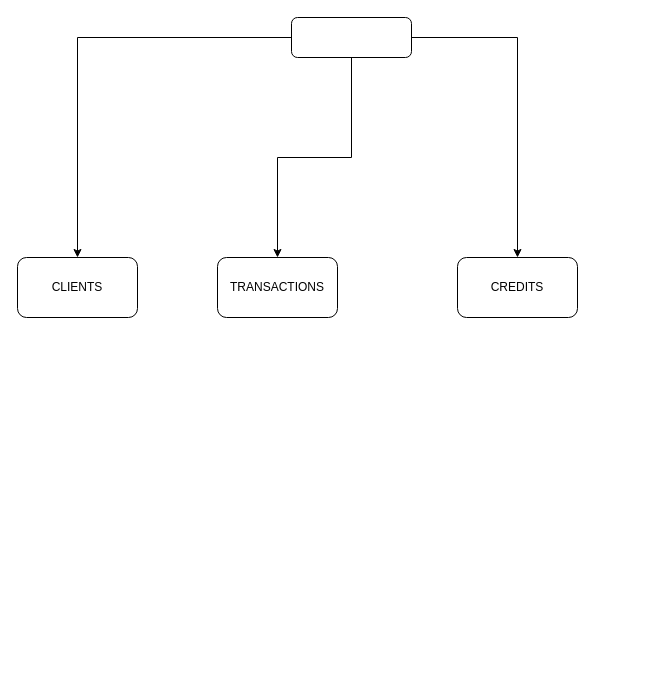
Before: page "Diagrama Arq." (4 of 4) of BanSis.drawio in rDelgC/BanSis, a draw.io diagram. Source tidied: cells renumbered, new cells numbered last; positions are measured from the earlier drawing's top-left corner, leaving out a move shared by most shapes. Both pictures are drawn from the tidied source at 100%, with x=0, y=0 at pixel (17, 17).
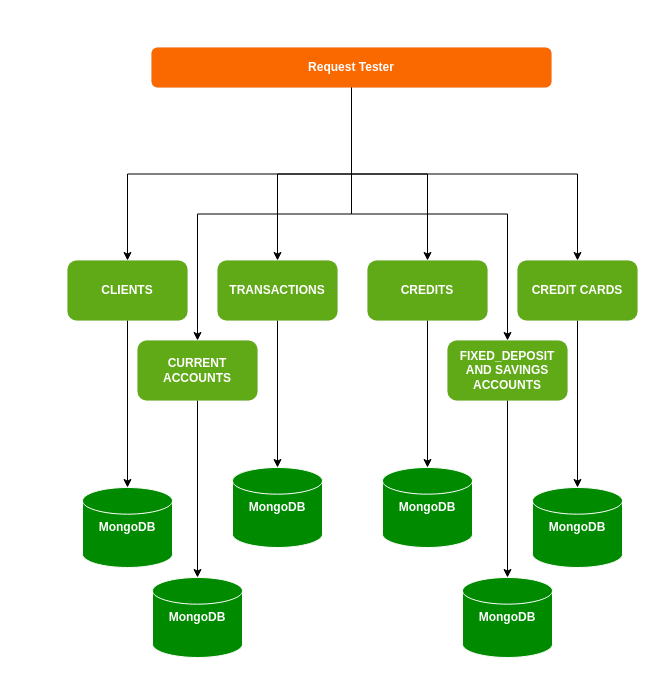
The same page after the edit.

Commit message:
Diagrama ter

What changed in the source:
```diff
@@
+    <mxCell id="9" style="edgeStyle=orthogonalEdgeStyle;rounded=0;jettySize=auto;html=1;" parent="1" edge="1" source="5" target="16">
+      <mxGeometry relative="1" as="geometry" />
+    </mxCell>
+    <mxCell id="10" style="edgeStyle=orthogonalEdgeStyle;rounded=0;jettySize=auto;html=1;" parent="1" edge="1" source="5" target="18">
+      <mxGeometry relative="1" as="geometry" />
+    </mxCell>
+    <mxCell id="11" style="edgeStyle=orthogonalEdgeStyle;rounded=0;jettySize=auto;html=1;" parent="1" edge="1" source="5" target="20">
+      <mxGeometry relative="1" as="geometry" />
+    </mxCell>
-    <mxCell id="5" style="rounded=1;whiteSpace=wrap;html=1;" parent="1" vertex="1">
-      <mxGeometry x="274" width="120" height="40" as="geometry" />
+    <mxCell id="5" value="Request Tester" style="rounded=1;whiteSpace=wrap;html=1;fillColor=#fa6800;strokeColor=#C73500;strokeWidth=0;fontColor=#FFFFFF;fontStyle=1;" parent="1" vertex="1">
+      <mxGeometry x="134" y="30" width="400" height="40" as="geometry" />
     </mxCell>
+    <mxCell id="12" style="edgeStyle=orthogonalEdgeStyle;rounded=0;jettySize=auto;html=1;fontColor=#FFFFFF;" parent="1" edge="1" source="6" target="26">
+      <mxGeometry relative="1" as="geometry" />
+    </mxCell>
-    <mxCell id="6" value="CLIENTS" style="whiteSpace=wrap;html=1;rounded=1;" parent="1" vertex="1">
-      <mxGeometry y="240" width="120" height="60" as="geometry" />
+    <mxCell id="6" value="CLIENTS" style="whiteSpace=wrap;html=1;rounded=1;fillColor=#60a917;fontColor=#ffffff;strokeColor=#2D7600;strokeWidth=0;fontStyle=1;" parent="1" vertex="1">
+      <mxGeometry x="50" y="243" width="120" height="60" as="geometry" />
     </mxCell>
+    <mxCell id="13" style="edgeStyle=orthogonalEdgeStyle;rounded=0;jettySize=auto;html=1;fontColor=#FFFFFF;" parent="1" edge="1" source="7" target="23">
+      <mxGeometry relative="1" as="geometry" />
+    </mxCell>
-    <mxCell id="7" value="&lt;div&gt;TRANSACTIONS&lt;/div&gt;" style="whiteSpace=wrap;html=1;rounded=1;" parent="1" vertex="1">
-      <mxGeometry x="200" y="240" width="120" height="60" as="geometry" />
+    <mxCell id="7" value="&lt;div&gt;TRANSACTIONS&lt;/div&gt;" style="whiteSpace=wrap;html=1;rounded=1;fillColor=#60a917;fontColor=#ffffff;strokeColor=#2D7600;strokeWidth=0;fontStyle=1;" parent="1" vertex="1">
+      <mxGeometry x="200" y="243" width="120" height="60" as="geometry" />
     </mxCell>
+    <mxCell id="14" style="edgeStyle=orthogonalEdgeStyle;rounded=0;jettySize=auto;html=1;entryX=0.5;entryY=0;entryDx=0;entryDy=0;entryPerimeter=0;fontColor=#FFFFFF;" parent="1" edge="1" source="8" target="24">
+      <mxGeometry relative="1" as="geometry" />
+    </mxCell>
-    <mxCell id="8" value="&lt;div&gt;CREDITS&lt;/div&gt;" style="whiteSpace=wrap;html=1;rounded=1;" parent="1" vertex="1">
-      <mxGeometry x="440" y="240" width="120" height="60" as="geometry" />
+    <mxCell id="8" value="&lt;div&gt;CREDITS&lt;/div&gt;" style="whiteSpace=wrap;html=1;rounded=1;fillColor=#60a917;fontColor=#ffffff;strokeColor=#2D7600;strokeWidth=0;fontStyle=1;" parent="1" vertex="1">
+      <mxGeometry x="350" y="243" width="120" height="60" as="geometry" />
     </mxCell>
+    <mxCell id="15" style="edgeStyle=orthogonalEdgeStyle;rounded=0;jettySize=auto;html=1;fontColor=#FFFFFF;" parent="1" edge="1" source="16" target="25">
+      <mxGeometry relative="1" as="geometry" />
+    </mxCell>
+    <mxCell id="16" value="&lt;div&gt;CREDIT CARDS&lt;/div&gt;" style="whiteSpace=wrap;html=1;rounded=1;fillColor=#60a917;fontColor=#ffffff;strokeColor=#2D7600;strokeWidth=0;fontStyle=1;" parent="1" vertex="1">
+      <mxGeometry x="500" y="243" width="120" height="60" as="geometry" />
+    </mxCell>
+    <mxCell id="17" style="edgeStyle=orthogonalEdgeStyle;rounded=0;jettySize=auto;html=1;fontColor=#FFFFFF;" parent="1" edge="1" source="18" target="21">
+      <mxGeometry relative="1" as="geometry" />
+    </mxCell>
+    <mxCell id="18" value="CURRENT ACCOUNTS" style="whiteSpace=wrap;html=1;rounded=1;fillColor=#60a917;fontColor=#ffffff;strokeColor=#2D7600;strokeWidth=0;fontStyle=1;" parent="1" vertex="1">
+      <mxGeometry x="120" y="323" width="120" height="60" as="geometry" />
+    </mxCell>
+    <mxCell id="19" style="edgeStyle=orthogonalEdgeStyle;rounded=0;jettySize=auto;html=1;entryX=0.5;entryY=0;entryDx=0;entryDy=0;entryPerimeter=0;fontColor=#FFFFFF;" parent="1" edge="1" source="20" target="22">
+      <mxGeometry relative="1" as="geometry" />
+    </mxCell>
+    <mxCell id="20" value="FIXED_DEPOSIT AND SAVINGS ACCOUNTS" style="whiteSpace=wrap;html=1;rounded=1;fillColor=#60a917;fontColor=#ffffff;strokeColor=#2D7600;strokeWidth=0;fontStyle=1;" parent="1" vertex="1">
+      <mxGeometry x="430" y="323" width="120" height="60" as="geometry" />
+    </mxCell>
+    <mxCell id="21" value="&lt;div&gt;MongoDB&lt;/div&gt;" style="strokeWidth=1;html=1;shape=mxgraph.flowchart.database;whiteSpace=wrap;shadow=0;fontColor=#ffffff;fillColor=#008a00;strokeColor=#FFFFFF;fontStyle=1;" parent="1" vertex="1">
+      <mxGeometry x="135" y="560" width="90" height="80" as="geometry" />
+    </mxCell>
+    <mxCell id="22" value="&lt;div&gt;MongoDB&lt;/div&gt;" style="strokeWidth=1;html=1;shape=mxgraph.flowchart.database;whiteSpace=wrap;shadow=0;fontColor=#ffffff;fillColor=#008a00;strokeColor=#FFFFFF;fontStyle=1;" parent="1" vertex="1">
+      <mxGeometry x="445" y="560" width="90" height="80" as="geometry" />
+    </mxCell>
+    <mxCell id="23" value="&lt;div&gt;MongoDB&lt;/div&gt;" style="strokeWidth=1;html=1;shape=mxgraph.flowchart.database;whiteSpace=wrap;shadow=0;fontColor=#ffffff;fillColor=#008a00;strokeColor=#FFFFFF;fontStyle=1;" parent="1" vertex="1">
+      <mxGeometry x="215" y="450" width="90" height="80" as="geometry" />
+    </mxCell>
+    <mxCell id="24" value="&lt;div&gt;MongoDB&lt;/div&gt;" style="strokeWidth=1;html=1;shape=mxgraph.flowchart.database;whiteSpace=wrap;shadow=0;fontColor=#ffffff;fillColor=#008a00;strokeColor=#FFFFFF;fontStyle=1;" parent="1" vertex="1">
+      <mxGeometry x="365" y="450" width="90" height="80" as="geometry" />
+    </mxCell>
+    <mxCell id="25" value="&lt;div&gt;MongoDB&lt;/div&gt;" style="strokeWidth=1;html=1;shape=mxgraph.flowchart.database;whiteSpace=wrap;shadow=0;fontColor=#ffffff;fillColor=#008a00;strokeColor=#FFFFFF;fontStyle=1;" parent="1" vertex="1">
+      <mxGeometry x="515" y="470" width="90" height="80" as="geometry" />
+    </mxCell>
+    <mxCell id="26" value="&lt;div&gt;MongoDB&lt;/div&gt;" style="strokeWidth=1;html=1;shape=mxgraph.flowchart.database;whiteSpace=wrap;shadow=0;fontColor=#ffffff;fillColor=#008a00;strokeColor=#FFFFFF;fontStyle=1;" parent="1" vertex="1">
+      <mxGeometry x="65" y="470" width="90" height="80" as="geometry" />
+    </mxCell>
```
